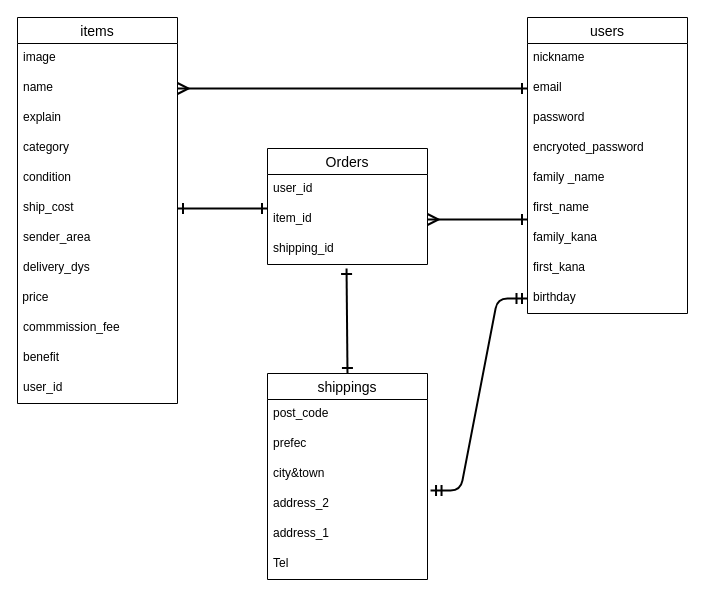
Earlier version of the draw.io diagram ER.dio (kimkob/furima-38134). Source tidied: cells renumbered, new cells numbered last; positions are measured from the earlier drawing's top-left corner, leaving out a move shared by most shapes. Both pictures are drawn from the tidied source at 100%, with x=0, y=0 at pixel (17, 17).
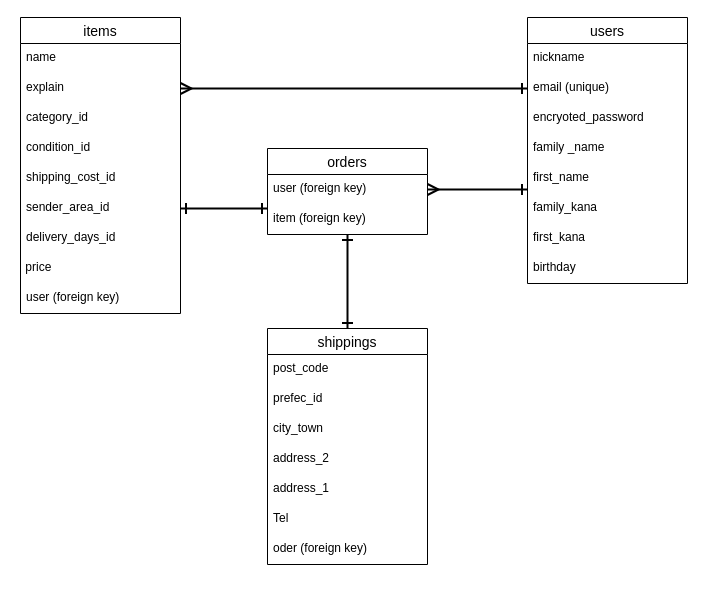
The same page after the edit.

Commit message (it also covers changes not shown here):
レビュー修正

The change refers to these unchanged cells:
```xml
<mxCell id="34" value="address_2" style="text;strokeColor=none;fillColor=none;spacingLeft=4;spacingRight=4;overflow=hidden;points=[[0,0.5],[1,0.5]];portConstraint=eastwest;fontSize=12;" parent="30" vertex="1">
  <mxGeometry y="116" width="160" height="30" as="geometry" />
</mxCell>
```

Change to the diagram source:
```diff
@@
     <mxCell id="2" value="users" style="swimlane;fontStyle=0;horizontal=1;startSize=26;align=center;fontSize=14;" parent="1" vertex="1">
-      <mxGeometry x="510" width="160" height="296" as="geometry" />
+      <mxGeometry x="510" width="160" height="266" as="geometry" />
     </mxCell>
@@
-    <mxCell id="4" value="email" style="text;strokeColor=none;fillColor=none;spacingLeft=4;spacingRight=4;overflow=hidden;points=[[0,0.5],[1,0.5]];portConstraint=eastwest;fontSize=12;" parent="2" vertex="1">
+    <mxCell id="4" value="email (unique)" style="text;strokeColor=none;fillColor=none;spacingLeft=4;spacingRight=4;overflow=hidden;points=[[0,0.5],[1,0.5]];portConstraint=eastwest;fontSize=12;" parent="2" vertex="1">
       <mxGeometry y="56" width="160" height="30" as="geometry" />
     </mxCell>
-    <mxCell id="5" value="password" style="text;strokeColor=none;fillColor=none;spacingLeft=4;spacingRight=4;overflow=hidden;fontSize=12;" parent="2" vertex="1">
-      <mxGeometry y="86" width="160" height="30" as="geometry" />
-    </mxCell>
     <mxCell id="6" value="encryoted_password" style="text;strokeColor=none;fillColor=none;spacingLeft=4;spacingRight=4;overflow=hidden;fontSize=12;" parent="2" vertex="1">
-      <mxGeometry y="116" width="160" height="30" as="geometry" />
+      <mxGeometry y="86" width="160" height="30" as="geometry" />
     </mxCell>
     <mxCell id="7" value="family _name" style="text;strokeColor=none;fillColor=none;spacingLeft=4;spacingRight=4;overflow=hidden;fontSize=12;" parent="2" vertex="1">
-      <mxGeometry y="146" width="160" height="30" as="geometry" />
+      <mxGeometry y="116" width="160" height="30" as="geometry" />
     </mxCell>
     <mxCell id="8" value="first_name" style="text;strokeColor=none;fillColor=none;spacingLeft=4;spacingRight=4;overflow=hidden;fontSize=12;" parent="2" vertex="1">
-      <mxGeometry y="176" width="160" height="30" as="geometry" />
+      <mxGeometry y="146" width="160" height="30" as="geometry" />
     </mxCell>
     <mxCell id="9" value="family_kana" style="text;strokeColor=none;fillColor=none;spacingLeft=4;spacingRight=4;overflow=hidden;fontSize=12;" parent="2" vertex="1">
-      <mxGeometry y="206" width="160" height="30" as="geometry" />
+      <mxGeometry y="176" width="160" height="30" as="geometry" />
     </mxCell>
     <mxCell id="10" value="first_kana" style="text;strokeColor=none;fillColor=none;spacingLeft=4;spacingRight=4;overflow=hidden;fontSize=12;" parent="2" vertex="1">
-      <mxGeometry y="236" width="160" height="30" as="geometry" />
+      <mxGeometry y="206" width="160" height="30" as="geometry" />
     </mxCell>
     <mxCell id="11" value="birthday" style="text;strokeColor=none;fillColor=none;spacingLeft=4;spacingRight=4;overflow=hidden;points=[[0,0.5],[1,0.5]];portConstraint=eastwest;fontSize=12;" parent="2" vertex="1">
-      <mxGeometry y="266" width="160" height="30" as="geometry" />
+      <mxGeometry y="236" width="160" height="30" as="geometry" />
     </mxCell>
-    <mxCell id="12" value="items" style="swimlane;fontStyle=0;horizontal=1;startSize=26;align=center;fontSize=14;" parent="1" vertex="1">
-      <mxGeometry width="160" height="386" as="geometry" />
+    <mxCell id="12" value="items" style="swimlane;fontStyle=0;horizontal=1;startSize=26;align=center;fontSize=14;labelBackgroundColor=none;labelBorderColor=none;" parent="1" vertex="1">
+      <mxGeometry x="3" width="160" height="296" as="geometry" />
     </mxCell>
-    <mxCell id="13" value="image" style="text;strokeColor=none;fillColor=none;spacingLeft=4;spacingRight=4;overflow=hidden;fontSize=12;" parent="12" vertex="1">
-      <mxGeometry y="26" width="160" height="30" as="geometry" />
-    </mxCell>
     <mxCell id="14" value="name" style="text;strokeColor=none;fillColor=none;spacingLeft=4;spacingRight=4;overflow=hidden;points=[[0,0.5],[1,0.5]];portConstraint=eastwest;fontSize=12;" parent="12" vertex="1">
-      <mxGeometry y="56" width="160" height="30" as="geometry" />
+      <mxGeometry y="26" width="160" height="30" as="geometry" />
     </mxCell>
     <mxCell id="15" value="explain" style="text;strokeColor=none;fillColor=none;spacingLeft=4;spacingRight=4;overflow=hidden;points=[[0,0.5],[1,0.5]];portConstraint=eastwest;fontSize=12;" parent="12" vertex="1">
-      <mxGeometry y="86" width="160" height="30" as="geometry" />
+      <mxGeometry y="56" width="160" height="30" as="geometry" />
     </mxCell>
-    <mxCell id="16" value="category" style="text;strokeColor=none;fillColor=none;spacingLeft=4;spacingRight=4;overflow=hidden;fontSize=12;" parent="12" vertex="1">
-      <mxGeometry y="116" width="160" height="30" as="geometry" />
+    <mxCell id="16" value="category_id" style="text;strokeColor=none;fillColor=none;spacingLeft=4;spacingRight=4;overflow=hidden;fontSize=12;" parent="12" vertex="1">
+      <mxGeometry y="86" width="160" height="30" as="geometry" />
     </mxCell>
-    <mxCell id="17" value="condition" style="text;strokeColor=none;fillColor=none;spacingLeft=4;spacingRight=4;overflow=hidden;fontSize=12;" parent="12" vertex="1">
-      <mxGeometry y="146" width="160" height="30" as="geometry" />
+    <mxCell id="17" value="condition_id" style="text;strokeColor=none;fillColor=none;spacingLeft=4;spacingRight=4;overflow=hidden;fontSize=12;" parent="12" vertex="1">
+      <mxGeometry y="116" width="160" height="30" as="geometry" />
     </mxCell>
-    <mxCell id="18" value="ship_cost" style="text;strokeColor=none;fillColor=none;spacingLeft=4;spacingRight=4;overflow=hidden;points=[[0,0.5],[1,0.5]];portConstraint=eastwest;fontSize=12;" parent="12" vertex="1">
-      <mxGeometry y="176" width="160" height="30" as="geometry" />
+    <mxCell id="18" value="shipping_cost_id" style="text;strokeColor=none;fillColor=none;spacingLeft=4;spacingRight=4;overflow=hidden;points=[[0,0.5],[1,0.5]];portConstraint=eastwest;fontSize=12;" parent="12" vertex="1">
+      <mxGeometry y="146" width="160" height="30" as="geometry" />
     </mxCell>
-    <mxCell id="19" value="sender_area" style="text;strokeColor=none;fillColor=none;spacingLeft=4;spacingRight=4;overflow=hidden;points=[[0,0.5],[1,0.5]];portConstraint=eastwest;fontSize=12;" parent="12" vertex="1">
-      <mxGeometry y="206" width="160" height="30" as="geometry" />
+    <mxCell id="19" value="sender_area_id" style="text;strokeColor=none;fillColor=none;spacingLeft=4;spacingRight=4;overflow=hidden;points=[[0,0.5],[1,0.5]];portConstraint=eastwest;fontSize=12;" parent="12" vertex="1">
+      <mxGeometry y="176" width="160" height="30" as="geometry" />
     </mxCell>
-    <mxCell id="20" value="delivery_dys" style="text;strokeColor=none;fillColor=none;spacingLeft=4;spacingRight=4;overflow=hidden;fontSize=12;" parent="12" vertex="1">
-      <mxGeometry y="236" width="160" height="30" as="geometry" />
+    <mxCell id="20" value="delivery_days_id" style="text;strokeColor=none;fillColor=none;spacingLeft=4;spacingRight=4;overflow=hidden;fontSize=12;" parent="12" vertex="1">
+      <mxGeometry y="206" width="160" height="30" as="geometry" />
     </mxCell>
     <mxCell id="21" value="&amp;nbsp;price" style="text;whiteSpace=wrap;html=1;" parent="12" vertex="1">
-      <mxGeometry y="266" width="160" height="30" as="geometry" />
+      <mxGeometry y="236" width="160" height="30" as="geometry" />
     </mxCell>
-    <mxCell id="22" value="commmission_fee" style="text;strokeColor=none;fillColor=none;spacingLeft=4;spacingRight=4;overflow=hidden;fontSize=12;" parent="12" vertex="1">
-      <mxGeometry y="296" width="160" height="30" as="geometry" />
-    </mxCell>
-    <mxCell id="23" value="benefit" style="text;strokeColor=none;fillColor=none;spacingLeft=4;spacingRight=4;overflow=hidden;fontSize=12;" parent="12" vertex="1">
-      <mxGeometry y="326" width="160" height="30" as="geometry" />
-    </mxCell>
-    <mxCell id="24" value="user_id" style="text;strokeColor=none;fillColor=none;spacingLeft=4;spacingRight=4;overflow=hidden;fontSize=12;" parent="12" vertex="1">
-      <mxGeometry y="356" width="160" height="30" as="geometry" />
+    <mxCell id="24" value="user (foreign key)" style="text;strokeColor=none;fillColor=none;spacingLeft=4;spacingRight=4;overflow=hidden;fontSize=12;" parent="12" vertex="1">
+      <mxGeometry y="266" width="160" height="30" as="geometry" />
     </mxCell>
-    <mxCell id="25" value="Orders" style="swimlane;fontStyle=0;horizontal=1;startSize=26;align=center;fontSize=14;" parent="1" vertex="1">
-      <mxGeometry x="250" y="131" width="160" height="116" as="geometry" />
+    <mxCell id="25" value="orders" style="swimlane;fontStyle=0;horizontal=1;startSize=26;align=center;fontSize=14;" parent="1" vertex="1">
+      <mxGeometry x="250" y="131" width="160" height="86" as="geometry" />
     </mxCell>
-    <mxCell id="26" value="user_id" style="text;strokeColor=none;fillColor=none;spacingLeft=4;spacingRight=4;overflow=hidden;points=[[0,0.5],[1,0.5]];portConstraint=eastwest;fontSize=12;" parent="25" vertex="1">
+    <mxCell id="26" value="user (foreign key)" style="text;strokeColor=none;fillColor=none;spacingLeft=4;spacingRight=4;overflow=hidden;points=[[0,0.5],[1,0.5]];portConstraint=eastwest;fontSize=12;" parent="25" vertex="1">
       <mxGeometry y="26" width="160" height="30" as="geometry" />
     </mxCell>
-    <mxCell id="27" value="item_id" style="text;strokeColor=none;fillColor=none;spacingLeft=4;spacingRight=4;overflow=hidden;points=[[0,0.5],[1,0.5]];portConstraint=eastwest;fontSize=12;" parent="25" vertex="1">
+    <mxCell id="27" value="item (foreign key)" style="text;strokeColor=none;fillColor=none;spacingLeft=4;spacingRight=4;overflow=hidden;points=[[0,0.5],[1,0.5]];portConstraint=eastwest;fontSize=12;" parent="25" vertex="1">
       <mxGeometry y="56" width="160" height="30" as="geometry" />
     </mxCell>
-    <mxCell id="28" value="shipping_id" style="text;strokeColor=none;fillColor=none;spacingLeft=4;spacingRight=4;overflow=hidden;points=[[0,0.5],[1,0.5]];portConstraint=eastwest;fontSize=12;" parent="25" vertex="1">
-      <mxGeometry y="86" width="160" height="30" as="geometry" />
-    </mxCell>
-    <mxCell id="29" style="edgeStyle=none;html=1;exitX=0.5;exitY=0;exitDx=0;exitDy=0;startArrow=ERone;startFill=0;endArrow=ERone;endFill=0;startSize=8;endSize=8;strokeWidth=2;entryX=0.494;entryY=1.133;entryDx=0;entryDy=0;entryPerimeter=0;" parent="1" edge="1" source="30" target="28">
-      <mxGeometry relative="1" as="geometry" />
-    </mxCell>
+    <mxCell id="40" style="edgeStyle=none;html=1;exitX=0.5;exitY=0;exitDx=0;exitDy=0;entryX=0.5;entryY=1;entryDx=0;entryDy=0;entryPerimeter=0;startArrow=ERone;startFill=0;endArrow=ERone;endFill=0;endSize=8;startSize=8;jumpSize=8;strokeWidth=2;" parent="1" edge="1" source="30" target="27">
+      <mxGeometry relative="1" as="geometry" />
+    </mxCell>
     <mxCell id="30" value="shippings" style="swimlane;fontStyle=0;horizontal=1;startSize=26;align=center;fontSize=14;" parent="1" vertex="1">
-      <mxGeometry x="250" y="356" width="160" height="206" as="geometry" />
+      <mxGeometry x="250" y="311" width="160" height="236" as="geometry" />
     </mxCell>
@@
-    <mxCell id="32" value="prefec" style="text;strokeColor=none;fillColor=none;spacingLeft=4;spacingRight=4;overflow=hidden;fontSize=12;" parent="30" vertex="1">
+    <mxCell id="32" value="prefec_id" style="text;strokeColor=none;fillColor=none;spacingLeft=4;spacingRight=4;overflow=hidden;fontSize=12;" parent="30" vertex="1">
       <mxGeometry y="56" width="160" height="30" as="geometry" />
     </mxCell>
-    <mxCell id="33" value="city&amp;town" style="text;strokeColor=none;fillColor=none;spacingLeft=4;spacingRight=4;overflow=hidden;fontSize=12;" parent="30" vertex="1">
+    <mxCell id="33" value="city_town" style="text;strokeColor=none;fillColor=none;spacingLeft=4;spacingRight=4;overflow=hidden;fontSize=12;" parent="30" vertex="1">
       <mxGeometry y="86" width="160" height="30" as="geometry" />
     </mxCell>
@@
+    <mxCell id="41" value="oder (foreign key)" style="text;strokeColor=none;fillColor=none;spacingLeft=4;spacingRight=4;overflow=hidden;fontSize=12;" parent="30" vertex="1">
+      <mxGeometry y="206" width="160" height="30" as="geometry" />
+    </mxCell>
-    <mxCell id="37" style="edgeStyle=none;html=1;exitX=1;exitY=0.5;exitDx=0;exitDy=0;entryX=0;entryY=0.5;entryDx=0;entryDy=0;startArrow=ERmany;startFill=0;endArrow=ERone;endFill=0;startSize=8;endSize=8;strokeWidth=2;" parent="1" edge="1" source="14" target="4">
+    <mxCell id="37" style="edgeStyle=none;html=1;exitX=1;exitY=0.5;exitDx=0;exitDy=0;entryX=0;entryY=0.5;entryDx=0;entryDy=0;startArrow=ERmany;startFill=0;endArrow=ERone;endFill=0;startSize=8;endSize=8;strokeWidth=2;" parent="1" edge="1" source="15" target="4">
       <mxGeometry relative="1" as="geometry" />
     </mxCell>
-    <mxCell id="38" style="edgeStyle=none;html=1;exitX=1;exitY=0.5;exitDx=0;exitDy=0;startArrow=ERone;startFill=0;endArrow=ERone;endFill=0;startSize=8;endSize=8;strokeWidth=2;" parent="1" edge="1" source="18">
+    <mxCell id="38" style="edgeStyle=none;html=1;exitX=1;exitY=0.5;exitDx=0;exitDy=0;startArrow=ERone;startFill=0;endArrow=ERone;endFill=0;startSize=8;endSize=8;strokeWidth=2;" parent="1" edge="1" source="19">
       <mxGeometry relative="1" as="geometry">
         <mxPoint x="250" y="191" as="targetPoint" />
       </mxGeometry>
     </mxCell>
-    <mxCell id="39" style="edgeStyle=none;html=1;exitX=1;exitY=0.5;exitDx=0;exitDy=0;startArrow=ERmany;startFill=0;endArrow=ERone;endFill=0;startSize=8;endSize=8;strokeWidth=2;" parent="1" edge="1" source="27">
+    <mxCell id="39" style="edgeStyle=none;html=1;exitX=1;exitY=0.5;exitDx=0;exitDy=0;startArrow=ERmany;startFill=0;endArrow=ERone;endFill=0;startSize=8;endSize=8;strokeWidth=2;" parent="1" edge="1" source="26">
       <mxGeometry relative="1" as="geometry">
-        <mxPoint x="510" y="202" as="targetPoint" />
+        <mxPoint x="510" y="172" as="targetPoint" />
       </mxGeometry>
     </mxCell>
-    <mxCell id="40" style="edgeStyle=entityRelationEdgeStyle;fontSize=12;html=1;endArrow=ERmandOne;startArrow=ERmandOne;startSize=8;endSize=8;strokeWidth=2;exitX=1.019;exitY=0.033;exitDx=0;exitDy=0;exitPerimeter=0;entryX=0;entryY=0.5;entryDx=0;entryDy=0;" parent="1" edge="1" source="34" target="11">
-      <mxGeometry relative="1" as="geometry" />
-    </mxCell>
```
